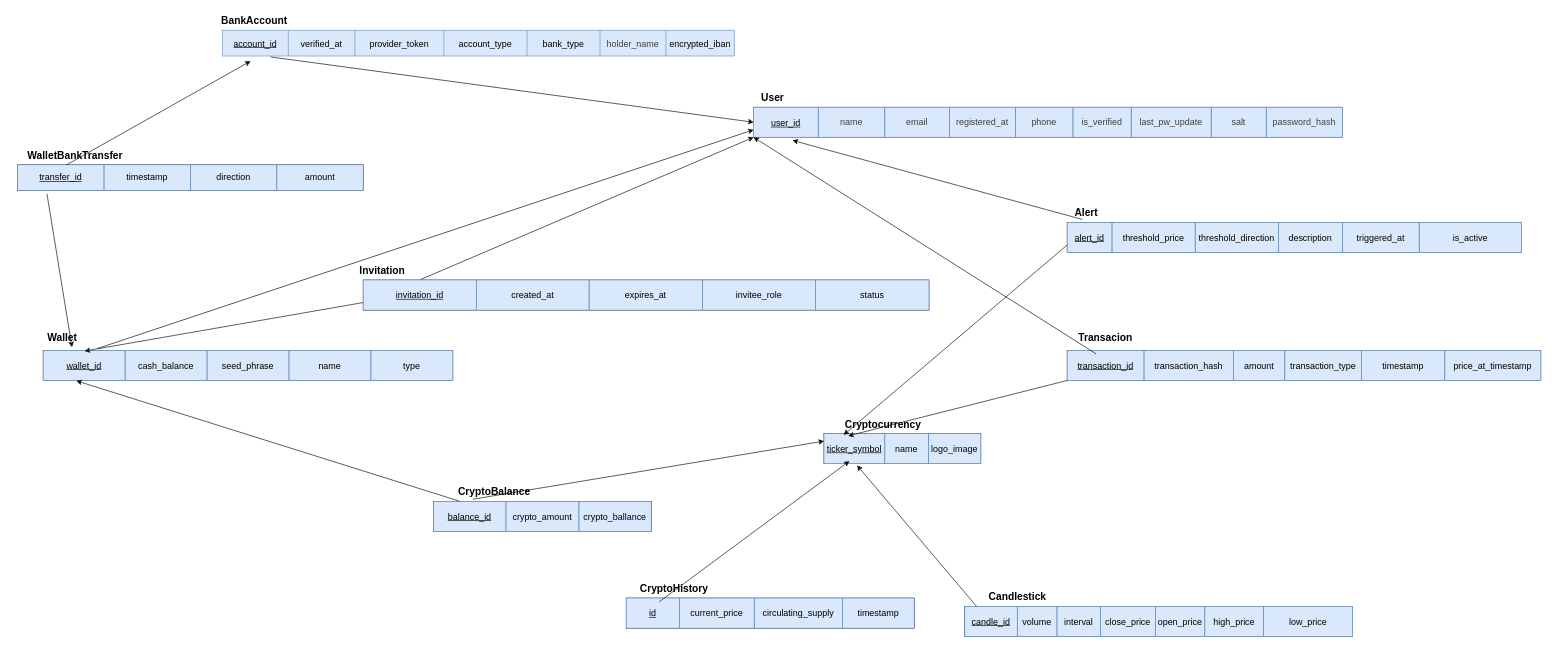
georrous6/Databases keeps this draw.io diagram as deliverable-1/RS_diagram.drawio. Above is the earlier version. Source tidied: cells renumbered, new cells numbered last; positions are measured from the earlier drawing's top-left corner, leaving out a move shared by most shapes. Both pictures are drawn from the tidied source at 64%, with x=0, y=0 at pixel (11, 11).
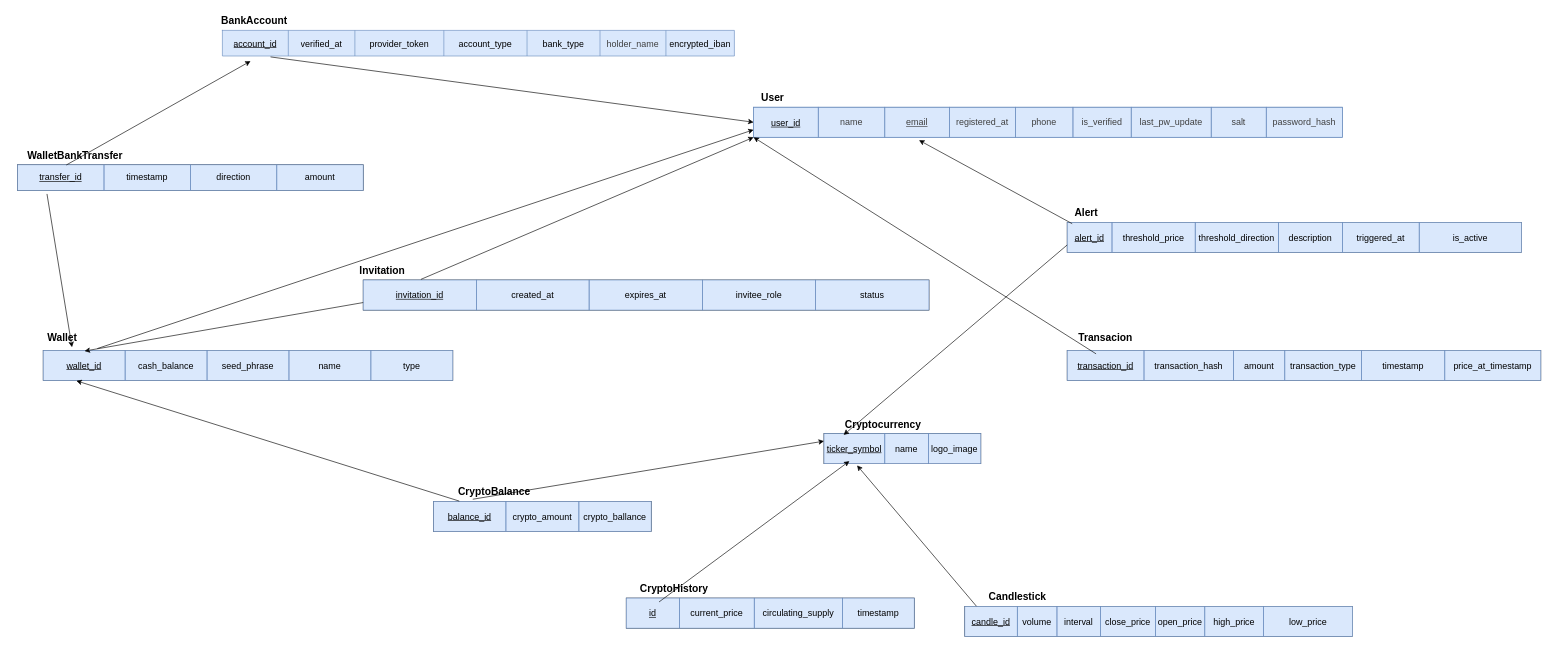
Above is the later version.

Unchanged cells that the change refers to:
```xml
<mxCell id="31" style="shape=tableRow;horizontal=0;startSize=0;swimlaneHead=0;swimlaneBody=0;top=0;left=0;bottom=0;right=0;fontStyle=0;fillColor=#dae8fc;strokeColor=#6c8ebf;" parent="30" vertex="1">
  <mxGeometry width="740" height="47" as="geometry" />
</mxCell>
<mxCell id="40" style="shape=tableRow;horizontal=0;startSize=0;swimlaneHead=0;swimlaneBody=0;top=0;left=0;bottom=0;right=0;fontStyle=0;fillColor=#dae8fc;strokeColor=#6c8ebf;" parent="39" vertex="1">
  <mxGeometry width="710" height="47" as="geometry" />
</mxCell>
<mxCell id="60" style="shape=tableRow;horizontal=0;startSize=0;swimlaneHead=0;swimlaneBody=0;top=0;left=0;bottom=0;right=0;fontStyle=0;fillColor=none;strokeColor=inherit;" parent="59" vertex="1">
  <mxGeometry width="920" height="47" as="geometry" />
</mxCell>
<mxCell id="85" style="shape=tableRow;horizontal=0;startSize=0;swimlaneHead=0;swimlaneBody=0;top=0;left=0;bottom=0;right=0;fontStyle=0;fillColor=#dae8fc;strokeColor=#6c8ebf;" parent="84" vertex="1">
  <mxGeometry width="245" height="47" as="geometry" />
</mxCell>
```

Change to the diagram source:
```diff
@@
-<mxGraphModel>
+<mxGraphModel background="#ffffff">
@@
-    <mxCell id="63" value="&lt;span style=&quot;color: rgb(63, 63, 63); font-size: 14px;&quot;&gt;email&lt;/span&gt;" style="strokeColor=inherit;fillColor=none;align=center;whiteSpace=wrap;html=1;" parent="60" vertex="1">
+    <mxCell id="63" value="&lt;span style=&quot;color: rgb(63, 63, 63); font-size: 14px;&quot;&gt;&lt;u&gt;email&lt;/u&gt;&lt;/span&gt;" style="strokeColor=inherit;fillColor=none;align=center;whiteSpace=wrap;html=1;" parent="60" vertex="1">
       <mxGeometry x="205" width="101" height="47" as="geometry" />
     </mxCell>
@@
-    <mxCell id="93" style="endArrow=classic;html=1;entryX=0.066;entryY=1.103;entryDx=0;entryDy=0;entryPerimeter=0;exitX=0.033;exitY=-0.1;exitDx=0;exitDy=0;exitPerimeter=0;" parent="1" edge="1" source="40" target="60">
+    <mxCell id="93" style="endArrow=classic;html=1;entryX=0.281;entryY=1.098;entryDx=0;entryDy=0;entryPerimeter=0;exitX=0.011;exitY=0.043;exitDx=0;exitDy=0;exitPerimeter=0;" parent="1" edge="1" source="40" target="60">
       <mxGeometry relative="1" as="geometry" />
     </mxCell>
@@
-    <mxCell id="95" style="endArrow=classic;html=1;exitX=0;exitY=1;exitDx=0;exitDy=0;entryX=0.154;entryY=0.076;entryDx=0;entryDy=0;entryPerimeter=0;" parent="1" edge="1" source="31" target="85">
-      <mxGeometry relative="1" as="geometry" />
-    </mxCell>
```
